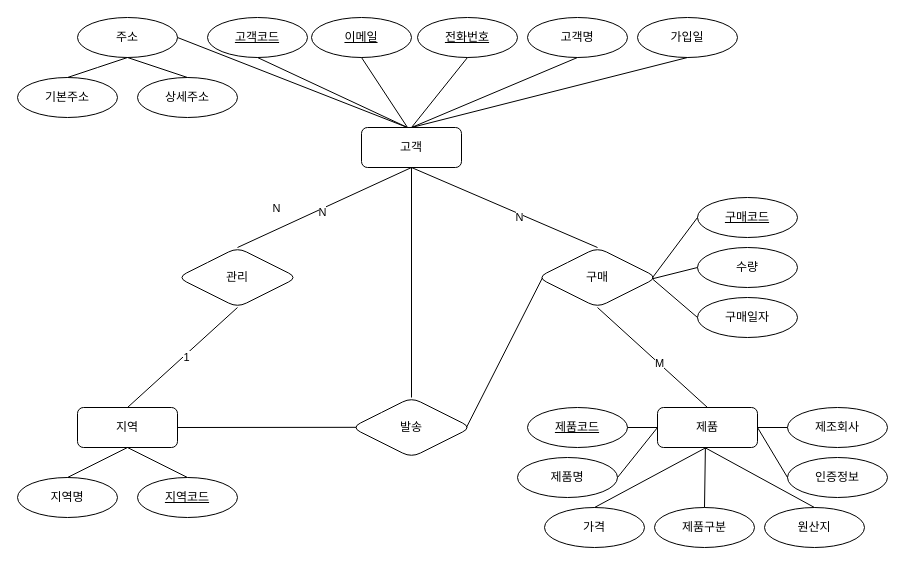
Earlier version of the draw.io diagram 제목 없는 다이어그램.drawio (yongjinjung/erd). Source tidied: cells renumbered, new cells numbered last; positions are measured from the earlier drawing's top-left corner, leaving out a move shared by most shapes. Both pictures are drawn from the tidied source at 100%, with x=0, y=0 at pixel (17, 17).
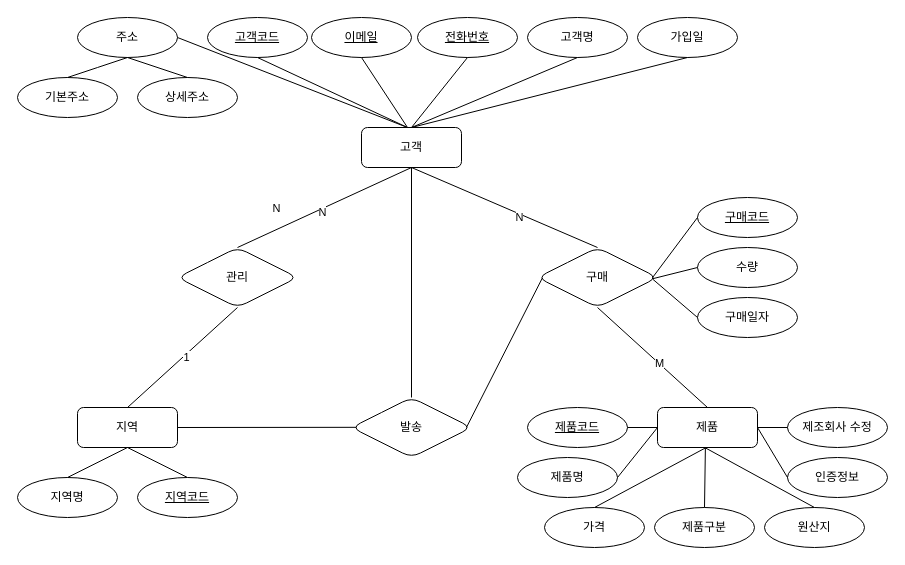
After the change.

Commit message:
제조회사 엔티티 수정

The edit, as a diff of the source:
```diff
@@
-    <mxCell id="45" value="제조회사" style="ellipse;whiteSpace=wrap;html=1;align=center;rounded=1;" parent="1" vertex="1">
+    <mxCell id="45" value="제조회사 수정" style="ellipse;whiteSpace=wrap;html=1;align=center;rounded=1;" parent="1" vertex="1">
       <mxGeometry x="770" y="390" width="100" height="40" as="geometry" />
     </mxCell>
```
